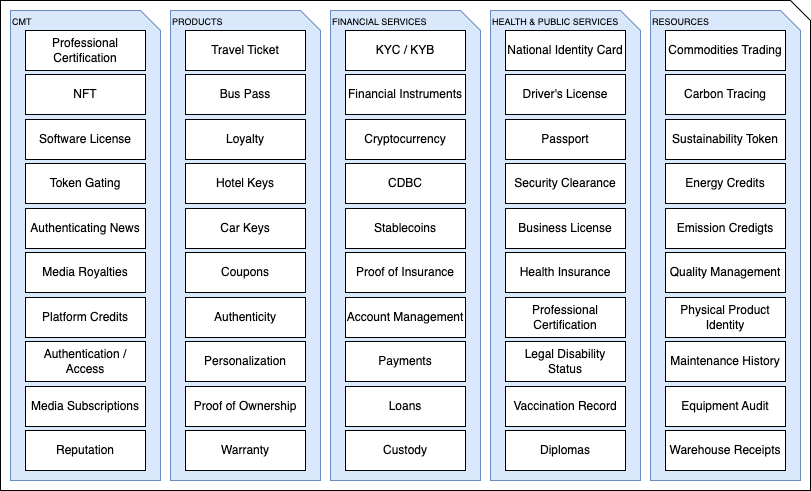
Above: docs/papers/images/use-cases.png in openwallet-foundation/architecture-sig (draw.io), before the change. Source tidied: cells renumbered, new cells last; positions are measured from the earlier drawing's top-left corner, leaving out a move shared by most shapes.
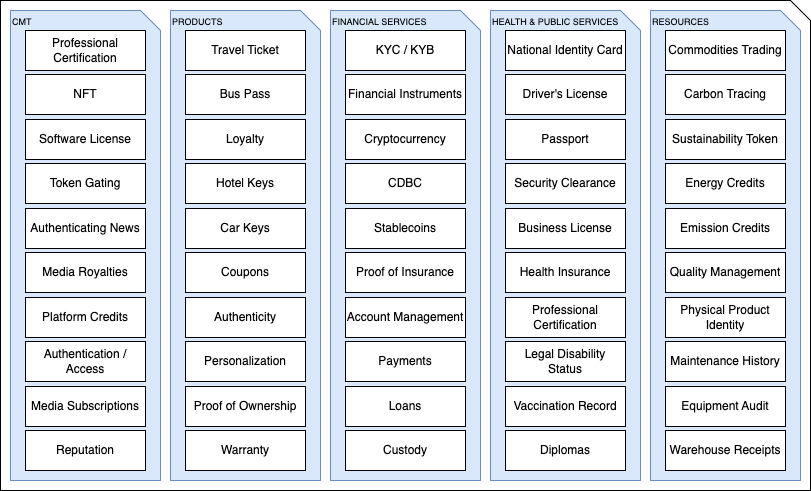
After the change.

Change to the diagram source:
```diff
@@ -152,7 +152,7 @@
     <mxCell id="51" value="Energy Credits" style="rounded=0;whiteSpace=wrap;html=1;" parent="1" vertex="1">
       <mxGeometry x="665" y="163" width="120" height="40" as="geometry" />
     </mxCell>
-    <mxCell id="52" value="Emission Credigts" style="rounded=0;whiteSpace=wrap;html=1;" parent="1" vertex="1">
+    <mxCell id="52" value="Emission Credits" style="rounded=0;whiteSpace=wrap;html=1;" parent="1" vertex="1">
       <mxGeometry x="665" y="208" width="120" height="40" as="geometry" />
     </mxCell>
     <mxCell id="53" value="Quality Management" style="rounded=0;whiteSpace=wrap;html=1;" parent="1" vertex="1">
```
